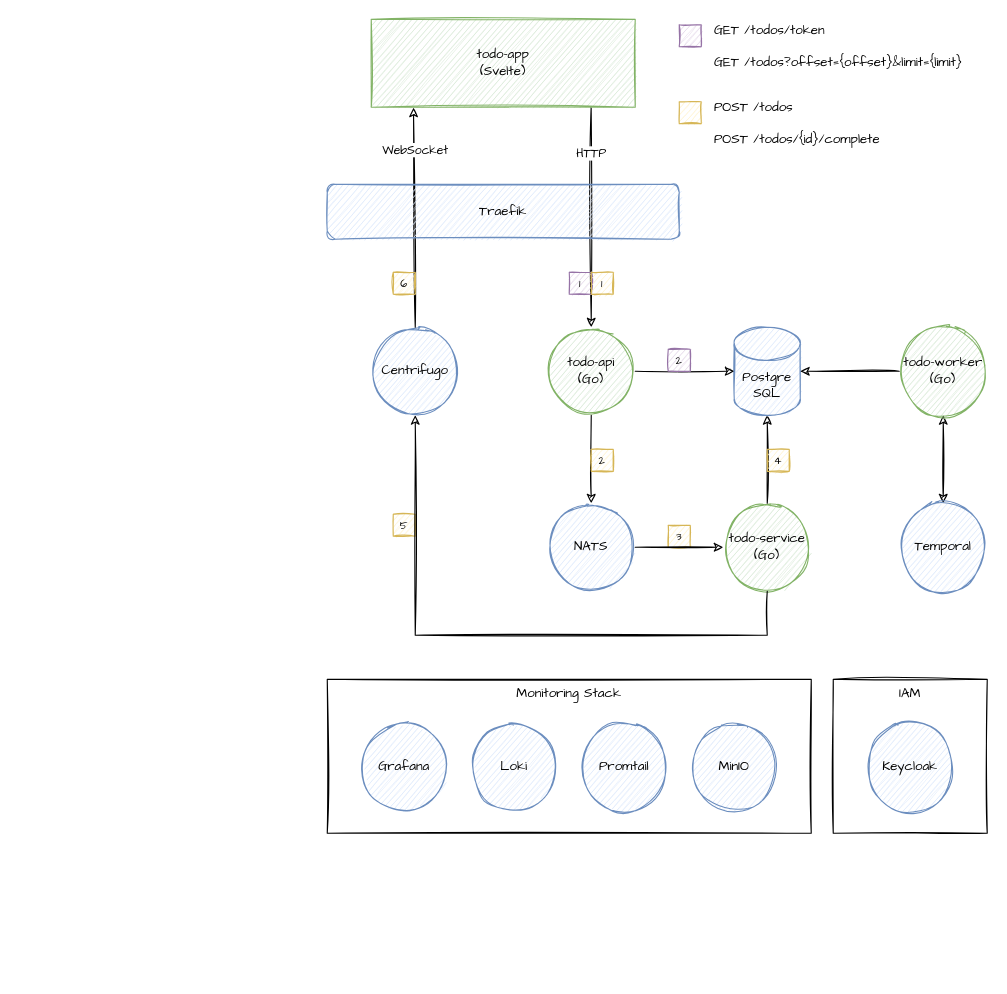
heikkilamarko/todo-app keeps this draw.io diagram as doc/architecture.drawio. Above is the earlier version. Source tidied: cells renumbered, new cells numbered last; positions are measured from the earlier drawing's top-left corner, leaving out a move shared by most shapes. Both pictures are drawn from the tidied source at 110%, with x=0, y=0 at pixel (327, 19).
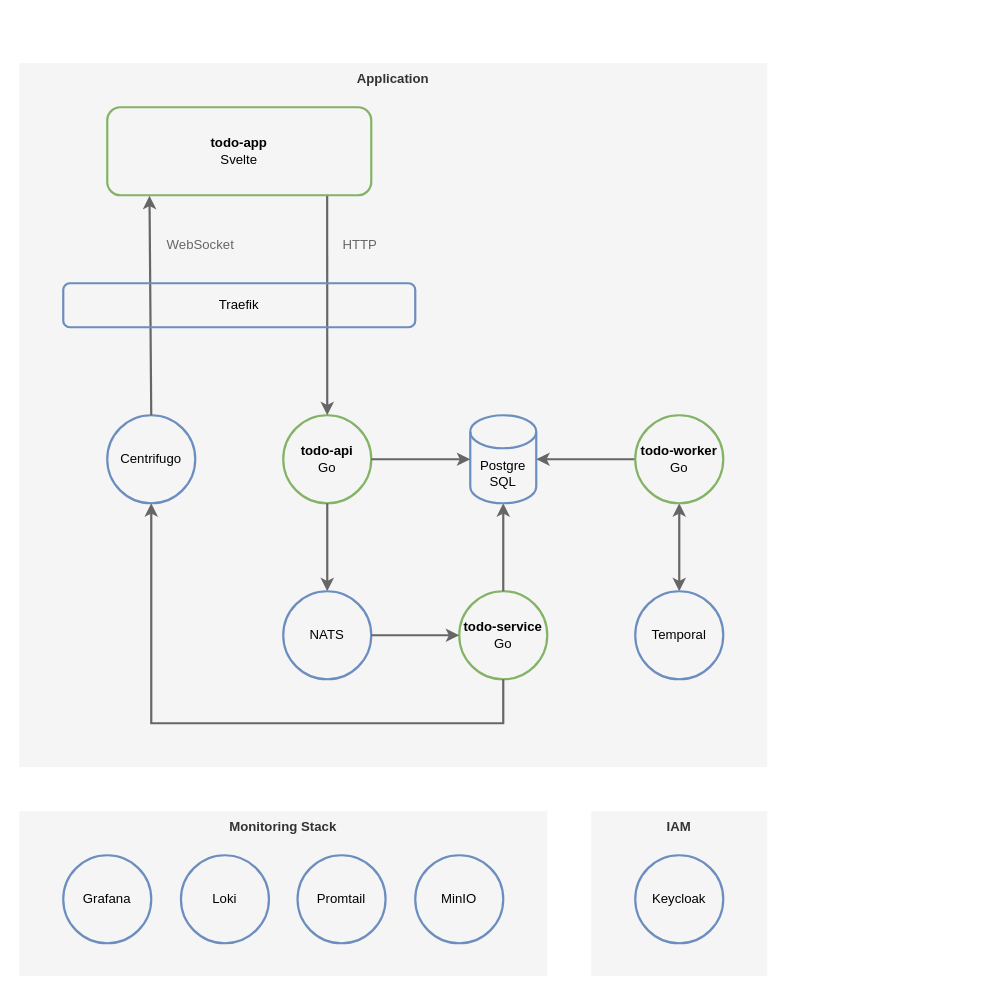
Above is the later version.

Commit message (it also covers changes not shown here):
Update architecture diagram.

Change to the diagram source:
```diff
@@
+    <mxCell id="41" value="&lt;b&gt;Application&lt;/b&gt;" style="rounded=0;whiteSpace=wrap;html=1;fillColor=#f5f5f5;sketch=0;verticalAlign=top;fontFamily=Helvetica;fontColor=#333333;strokeColor=none;fontSize=12;" parent="1" vertex="1">
+      <mxGeometry x="-280" y="40" width="680" height="640" as="geometry" />
+    </mxCell>
-    <mxCell id="2" value="IAM" style="rounded=0;whiteSpace=wrap;html=1;fillColor=none;sketch=1;verticalAlign=top;fontFamily=Comic Sans MS;" parent="1" vertex="1">
-      <mxGeometry x="460" y="600" width="140" height="140" as="geometry" />
+    <mxCell id="2" value="&lt;b&gt;IAM&lt;/b&gt;" style="rounded=0;whiteSpace=wrap;html=1;fillColor=#f5f5f5;sketch=0;verticalAlign=top;fontFamily=Helvetica;fontColor=#333333;strokeColor=none;fontSize=12;" parent="1" vertex="1">
+      <mxGeometry x="240" y="720" width="160" height="150" as="geometry" />
     </mxCell>
-    <mxCell id="3" value="Monitoring Stack" style="rounded=0;whiteSpace=wrap;html=1;fillColor=none;sketch=1;verticalAlign=top;fontFamily=Comic Sans MS;" parent="1" vertex="1">
-      <mxGeometry y="600" width="440" height="140" as="geometry" />
+    <mxCell id="3" value="&lt;b&gt;Monitoring Stack&lt;/b&gt;" style="rounded=0;whiteSpace=wrap;html=1;fillColor=#f5f5f5;sketch=0;verticalAlign=top;fontFamily=Helvetica;fontColor=#333333;strokeColor=none;fontSize=12;" parent="1" vertex="1">
+      <mxGeometry x="-280" y="720" width="480" height="150" as="geometry" />
     </mxCell>
-    <mxCell id="4" value="todo-api&lt;br&gt;(Go)" style="ellipse;whiteSpace=wrap;html=1;sketch=1;fontFamily=Comic Sans MS;fillColor=#d5e8d4;strokeColor=#82b366;labelBackgroundColor=none;" parent="1" vertex="1">
-      <mxGeometry x="200" y="280" width="80" height="80" as="geometry" />
+    <mxCell id="4" value="&lt;b&gt;todo-api&lt;/b&gt;&lt;br style=&quot;font-size: 12px&quot;&gt;Go" style="ellipse;whiteSpace=wrap;html=1;sketch=0;fontFamily=Helvetica;fillColor=none;strokeColor=#82b366;labelBackgroundColor=none;strokeWidth=2;fontSize=12;" parent="1" vertex="1">
+      <mxGeometry x="-40" y="360" width="80" height="80" as="geometry" />
     </mxCell>
-    <mxCell id="5" style="edgeStyle=orthogonalEdgeStyle;rounded=0;jettySize=auto;html=1;entryX=0.5;entryY=1;entryDx=0;entryDy=0;endArrow=none;endFill=0;sketch=1;fontFamily=Comic Sans MS;startArrow=classic;startFill=1;" parent="1" edge="1" source="6" target="4">
+    <mxCell id="5" style="edgeStyle=orthogonalEdgeStyle;rounded=0;jettySize=auto;html=1;entryX=0.5;entryY=1;entryDx=0;entryDy=0;endArrow=none;endFill=0;sketch=0;fontFamily=Helvetica;startArrow=classic;startFill=1;fillColor=#f5f5f5;strokeColor=#666666;strokeWidth=2;fontSize=12;" parent="1" edge="1" source="6" target="4">
       <mxGeometry relative="1" as="geometry" />
     </mxCell>
-    <mxCell id="6" value="NATS" style="ellipse;whiteSpace=wrap;html=1;sketch=1;fontFamily=Comic Sans MS;fillColor=#dae8fc;strokeColor=#6c8ebf;labelBackgroundColor=none;" parent="1" vertex="1">
-      <mxGeometry x="200" y="440" width="80" height="80" as="geometry" />
+    <mxCell id="6" value="NATS" style="ellipse;whiteSpace=wrap;html=1;sketch=0;fontFamily=Helvetica;fillColor=none;strokeColor=#6c8ebf;labelBackgroundColor=none;strokeWidth=2;fontSize=12;" parent="1" vertex="1">
+      <mxGeometry x="-40" y="520" width="80" height="80" as="geometry" />
     </mxCell>
-    <mxCell id="7" value="Centrifugo" style="ellipse;whiteSpace=wrap;html=1;sketch=1;fontFamily=Comic Sans MS;fillColor=#dae8fc;strokeColor=#6c8ebf;labelBackgroundColor=none;" parent="1" vertex="1">
-      <mxGeometry x="40" y="280" width="80" height="80" as="geometry" />
+    <mxCell id="7" value="Centrifugo" style="ellipse;whiteSpace=wrap;html=1;sketch=0;fontFamily=Helvetica;fillColor=none;strokeColor=#6c8ebf;labelBackgroundColor=none;strokeWidth=2;fontSize=12;" parent="1" vertex="1">
+      <mxGeometry x="-200" y="360" width="80" height="80" as="geometry" />
     </mxCell>
-    <mxCell id="8" value="todo-service&lt;br&gt;(Go)" style="ellipse;whiteSpace=wrap;html=1;sketch=1;fontFamily=Comic Sans MS;fillColor=#d5e8d4;strokeColor=#82b366;fillStyle=auto;labelBackgroundColor=none;" parent="1" vertex="1">
-      <mxGeometry x="360" y="440" width="80" height="80" as="geometry" />
+    <mxCell id="8" value="&lt;b&gt;todo-service&lt;/b&gt;&lt;br style=&quot;font-size: 12px&quot;&gt;Go" style="ellipse;whiteSpace=wrap;html=1;sketch=0;fontFamily=Helvetica;fillColor=none;strokeColor=#82b366;fillStyle=auto;labelBackgroundColor=none;strokeWidth=2;fontSize=12;" parent="1" vertex="1">
+      <mxGeometry x="120" y="520" width="80" height="80" as="geometry" />
     </mxCell>
-    <mxCell id="9" style="edgeStyle=none;rounded=0;jettySize=auto;html=1;sketch=1;fontFamily=Comic Sans MS;exitX=0.5;exitY=0;exitDx=0;exitDy=0;entryX=0.5;entryY=1;entryDx=0;entryDy=0;entryPerimeter=0;" parent="1" edge="1" source="8" target="10">
+    <mxCell id="9" style="edgeStyle=none;rounded=0;jettySize=auto;html=1;sketch=0;fontFamily=Helvetica;exitX=0.5;exitY=0;exitDx=0;exitDy=0;entryX=0.5;entryY=1;entryDx=0;entryDy=0;entryPerimeter=0;fillColor=#f5f5f5;strokeColor=#666666;strokeWidth=2;fontSize=12;" parent="1" edge="1" source="8" target="10">
       <mxGeometry relative="1" as="geometry" />
     </mxCell>
-    <mxCell id="10" value="Postgre&lt;br&gt;SQL" style="shape=cylinder3;whiteSpace=wrap;html=1;boundedLbl=1;backgroundOutline=1;size=15;sketch=1;fontFamily=Comic Sans MS;fillColor=#dae8fc;strokeColor=#6c8ebf;labelBackgroundColor=none;" parent="1" vertex="1">
-      <mxGeometry x="370" y="280" width="60" height="80" as="geometry" />
+    <mxCell id="10" value="Postgre&lt;br style=&quot;font-size: 12px;&quot;&gt;SQL" style="shape=cylinder3;whiteSpace=wrap;html=1;boundedLbl=1;backgroundOutline=1;size=15;sketch=0;fontFamily=Helvetica;fillColor=none;strokeColor=#6c8ebf;labelBackgroundColor=none;strokeWidth=2;fontSize=12;" parent="1" vertex="1">
+      <mxGeometry x="130" y="360" width="60" height="80" as="geometry" />
     </mxCell>
-    <mxCell id="11" style="edgeStyle=none;rounded=0;jettySize=auto;html=1;startArrow=none;startFill=0;exitX=0.833;exitY=0.994;exitDx=0;exitDy=0;sketch=1;fontFamily=Comic Sans MS;entryX=0.5;entryY=0;entryDx=0;entryDy=0;exitPerimeter=0;" parent="1" edge="1" source="13" target="4">
+    <mxCell id="11" style="edgeStyle=none;rounded=0;jettySize=auto;html=1;startArrow=none;startFill=0;exitX=0.833;exitY=0.994;exitDx=0;exitDy=0;sketch=0;fontFamily=Helvetica;entryX=0.5;entryY=0;entryDx=0;entryDy=0;exitPerimeter=0;strokeWidth=2;fillColor=#f5f5f5;strokeColor=#666666;fontSize=12;" parent="1" edge="1" source="13" target="4">
       <mxGeometry relative="1" as="geometry" />
     </mxCell>
-    <mxCell id="12" value="HTTP" style="edgeLabel;html=1;align=center;verticalAlign=middle;fontFamily=Comic Sans MS;" parent="11" vertex="1">
-      <mxGeometry x="-0.58" relative="1" as="geometry" />
-    </mxCell>
-    <mxCell id="13" value="todo-app&lt;br&gt;(Svelte)" style="rounded=0;whiteSpace=wrap;html=1;sketch=1;fontFamily=Comic Sans MS;fillColor=#d5e8d4;strokeColor=#82b366;labelBackgroundColor=none;" parent="1" vertex="1">
-      <mxGeometry x="40" width="240" height="80" as="geometry" />
+    <mxCell id="13" value="&lt;b&gt;todo-app&lt;/b&gt;&lt;br style=&quot;font-size: 12px&quot;&gt;Svelte" style="rounded=1;whiteSpace=wrap;html=1;sketch=0;fontFamily=Helvetica;fillColor=none;strokeColor=#82b366;labelBackgroundColor=none;glass=0;strokeWidth=2;fontSize=12;" parent="1" vertex="1">
+      <mxGeometry x="-200" y="80" width="240" height="80" as="geometry" />
     </mxCell>
-    <mxCell id="14" style="rounded=0;jettySize=auto;html=1;entryX=0.16;entryY=1.006;entryDx=0;entryDy=0;sketch=1;fontFamily=Comic Sans MS;exitX=0.5;exitY=0;exitDx=0;exitDy=0;entryPerimeter=0;startArrow=none;startFill=0;" parent="1" edge="1" source="7" target="13">
+    <mxCell id="14" style="rounded=0;jettySize=auto;html=1;entryX=0.16;entryY=1.006;entryDx=0;entryDy=0;sketch=0;fontFamily=Helvetica;exitX=0.5;exitY=0;exitDx=0;exitDy=0;entryPerimeter=0;startArrow=none;startFill=0;strokeWidth=2;fillColor=#f5f5f5;strokeColor=#666666;fontSize=12;" parent="1" edge="1" source="7" target="13">
       <mxGeometry relative="1" as="geometry" />
     </mxCell>
-    <mxCell id="15" value="WebSocket" style="edgeLabel;html=1;align=center;verticalAlign=middle;fontFamily=Comic Sans MS;" parent="14" vertex="1">
-      <mxGeometry x="0.67" y="-1" relative="1" as="geometry">
-        <mxPoint y="6" as="offset" />
-      </mxGeometry>
-    </mxCell>
-    <mxCell id="16" style="edgeStyle=none;rounded=0;jettySize=auto;html=1;sketch=1;fontFamily=Comic Sans MS;exitX=1;exitY=0.5;exitDx=0;exitDy=0;entryX=0;entryY=0.5;entryDx=0;entryDy=0;entryPerimeter=0;" parent="1" edge="1" source="4" target="10">
+    <mxCell id="16" style="edgeStyle=none;rounded=0;jettySize=auto;html=1;sketch=0;fontFamily=Helvetica;exitX=1;exitY=0.5;exitDx=0;exitDy=0;entryX=0;entryY=0.5;entryDx=0;entryDy=0;entryPerimeter=0;fillColor=#f5f5f5;strokeColor=#666666;strokeWidth=2;fontSize=12;" parent="1" edge="1" source="4" target="10">
       <mxGeometry relative="1" as="geometry" />
     </mxCell>
-    <mxCell id="17" value="1" style="text;html=1;strokeColor=#9673a6;fillColor=#e1d5e7;align=center;verticalAlign=middle;whiteSpace=wrap;rounded=0;fontFamily=Comic Sans MS;fontSize=10;sketch=1;" parent="1" vertex="1">
-      <mxGeometry x="220" y="230" width="20" height="20" as="geometry" />
-    </mxCell>
-    <mxCell id="18" value="2" style="text;html=1;strokeColor=#9673a6;fillColor=#e1d5e7;align=center;verticalAlign=middle;whiteSpace=wrap;rounded=0;fontFamily=Comic Sans MS;fontSize=10;sketch=1;" parent="1" vertex="1">
-      <mxGeometry x="310" y="300" width="20" height="20" as="geometry" />
-    </mxCell>
-    <mxCell id="19" value="1" style="text;html=1;strokeColor=#d6b656;fillColor=#fff2cc;align=center;verticalAlign=middle;whiteSpace=wrap;rounded=0;fontFamily=Comic Sans MS;fontSize=10;sketch=1;" parent="1" vertex="1">
-      <mxGeometry x="240" y="230" width="20" height="20" as="geometry" />
-    </mxCell>
-    <mxCell id="20" value="2" style="text;html=1;strokeColor=#d6b656;fillColor=#fff2cc;align=center;verticalAlign=middle;whiteSpace=wrap;rounded=0;fontFamily=Comic Sans MS;fontSize=10;sketch=1;" parent="1" vertex="1">
-      <mxGeometry x="240" y="391" width="20" height="20" as="geometry" />
-    </mxCell>
-    <mxCell id="21" value="3" style="text;html=1;strokeColor=#d6b656;fillColor=#fff2cc;align=center;verticalAlign=middle;whiteSpace=wrap;rounded=0;fontFamily=Comic Sans MS;fontSize=10;sketch=1;" parent="1" vertex="1">
-      <mxGeometry x="310" y="460" width="20" height="20" as="geometry" />
-    </mxCell>
-    <mxCell id="22" value="4" style="text;html=1;strokeColor=#d6b656;fillColor=#fff2cc;align=center;verticalAlign=middle;whiteSpace=wrap;rounded=0;fontFamily=Comic Sans MS;fontSize=10;sketch=1;" parent="1" vertex="1">
-      <mxGeometry x="400" y="391" width="20" height="20" as="geometry" />
-    </mxCell>
-    <mxCell id="23" value="5" style="text;html=1;strokeColor=#d6b656;fillColor=#fff2cc;align=center;verticalAlign=middle;whiteSpace=wrap;rounded=0;fontFamily=Comic Sans MS;fontSize=10;sketch=1;" parent="1" vertex="1">
-      <mxGeometry x="60" y="450" width="20" height="20" as="geometry" />
-    </mxCell>
-    <mxCell id="24" value="6" style="text;html=1;strokeColor=#d6b656;fillColor=#fff2cc;align=center;verticalAlign=middle;whiteSpace=wrap;rounded=0;fontFamily=Comic Sans MS;fontSize=10;sketch=1;" parent="1" vertex="1">
-      <mxGeometry x="60" y="230" width="20" height="20" as="geometry" />
-    </mxCell>
-    <mxCell id="25" style="text;html=1;strokeColor=#9673a6;fillColor=#e1d5e7;align=center;verticalAlign=middle;whiteSpace=wrap;rounded=0;fontFamily=Comic Sans MS;fontSize=10;sketch=1;" parent="1" vertex="1">
-      <mxGeometry x="320" y="5" width="20" height="20" as="geometry" />
-    </mxCell>
-    <mxCell id="26" style="text;html=1;strokeColor=#d6b656;fillColor=#fff2cc;align=center;verticalAlign=middle;whiteSpace=wrap;rounded=0;fontFamily=Comic Sans MS;fontSize=10;sketch=1;" parent="1" vertex="1">
-      <mxGeometry x="320" y="75" width="20" height="20" as="geometry" />
-    </mxCell>
-    <mxCell id="27" value="GET /todos/token&lt;br&gt;&lt;br&gt;&lt;div&gt;GET /todos?offset={offset}&amp;amp;limit={limit}&lt;br&gt;&lt;/div&gt;" style="text;html=1;align=left;verticalAlign=middle;fillColor=none;strokeColor=none;rounded=0;fontFamily=Comic Sans MS;" parent="1" vertex="1">
-      <mxGeometry x="350" width="250" height="50" as="geometry" />
-    </mxCell>
-    <mxCell id="28" value="POST /todos&lt;br&gt;&lt;br&gt;&lt;div&gt;&lt;span&gt;POST /todos/{id}/complete&lt;/span&gt;&lt;/div&gt;" style="text;html=1;align=left;verticalAlign=middle;fillColor=none;strokeColor=none;rounded=0;fontFamily=Comic Sans MS;" parent="1" vertex="1">
-      <mxGeometry x="350" y="70" width="170" height="50" as="geometry" />
-    </mxCell>
-    <mxCell id="29" style="rounded=0;jettySize=auto;html=1;entryX=1;entryY=0.5;entryDx=0;entryDy=0;endArrow=none;endFill=0;sketch=1;fontFamily=Comic Sans MS;startArrow=classic;startFill=1;exitX=0;exitY=0.5;exitDx=0;exitDy=0;" parent="1" edge="1" source="8" target="6">
+    <mxCell id="29" style="rounded=0;jettySize=auto;html=1;entryX=1;entryY=0.5;entryDx=0;entryDy=0;endArrow=none;endFill=0;sketch=0;fontFamily=Helvetica;startArrow=classic;startFill=1;exitX=0;exitY=0.5;exitDx=0;exitDy=0;fillColor=#f5f5f5;strokeColor=#666666;strokeWidth=2;fontSize=12;" parent="1" edge="1" source="8" target="6">
       <mxGeometry relative="1" as="geometry" />
     </mxCell>
-    <mxCell id="30" value="Traefik" style="rounded=1;whiteSpace=wrap;html=1;sketch=1;fontFamily=Comic Sans MS;fillColor=#dae8fc;strokeColor=#6c8ebf;labelBackgroundColor=none;align=center;" parent="1" vertex="1">
-      <mxGeometry y="150" width="320" height="50" as="geometry" />
+    <mxCell id="30" value="Traefik" style="rounded=1;whiteSpace=wrap;html=1;sketch=0;fontFamily=Helvetica;fillColor=none;strokeColor=#6c8ebf;labelBackgroundColor=none;align=center;strokeWidth=2;fontSize=12;" parent="1" vertex="1">
+      <mxGeometry x="-240" y="240" width="320" height="40" as="geometry" />
     </mxCell>
-    <mxCell id="31" style="rounded=0;jettySize=auto;html=1;endArrow=none;endFill=0;sketch=1;fontFamily=Comic Sans MS;startArrow=classic;startFill=1;exitX=0.5;exitY=1;exitDx=0;exitDy=0;edgeStyle=orthogonalEdgeStyle;entryX=0.5;entryY=1;entryDx=0;entryDy=0;" parent="1" edge="1" source="7" target="8">
+    <mxCell id="31" style="rounded=0;jettySize=auto;html=1;endArrow=none;endFill=0;sketch=0;fontFamily=Helvetica;startArrow=classic;startFill=1;exitX=0.5;exitY=1;exitDx=0;exitDy=0;edgeStyle=orthogonalEdgeStyle;entryX=0.5;entryY=1;entryDx=0;entryDy=0;fillColor=#f5f5f5;strokeColor=#666666;strokeWidth=2;fontSize=12;" parent="1" edge="1" source="7" target="8">
       <mxGeometry relative="1" as="geometry">
         <Array as="points">
-          <mxPoint x="80" y="560" />
-          <mxPoint x="400" y="560" />
+          <mxPoint x="-160" y="640" />
+          <mxPoint x="160" y="640" />
         </Array>
       </mxGeometry>
     </mxCell>
-    <mxCell id="32" value="MinIO" style="ellipse;whiteSpace=wrap;html=1;sketch=1;fontFamily=Comic Sans MS;fillColor=#dae8fc;strokeColor=#6c8ebf;labelBackgroundColor=none;" parent="1" vertex="1">
-      <mxGeometry x="330" y="640" width="80" height="80" as="geometry" />
+    <mxCell id="32" value="MinIO" style="ellipse;whiteSpace=wrap;html=1;sketch=0;fontFamily=Helvetica;fillColor=none;strokeColor=#6c8ebf;labelBackgroundColor=none;strokeWidth=2;fontSize=12;" parent="1" vertex="1">
+      <mxGeometry x="80" y="760" width="80" height="80" as="geometry" />
     </mxCell>
-    <mxCell id="33" value="Loki" style="ellipse;whiteSpace=wrap;html=1;sketch=1;fontFamily=Comic Sans MS;fillColor=#dae8fc;strokeColor=#6c8ebf;labelBackgroundColor=none;" parent="1" vertex="1">
-      <mxGeometry x="130" y="640" width="80" height="80" as="geometry" />
+    <mxCell id="33" value="Loki" style="ellipse;whiteSpace=wrap;html=1;sketch=0;fontFamily=Helvetica;fillColor=none;strokeColor=#6c8ebf;labelBackgroundColor=none;strokeWidth=2;fontSize=12;" parent="1" vertex="1">
+      <mxGeometry x="-133" y="760" width="80" height="80" as="geometry" />
     </mxCell>
-    <mxCell id="34" value="Grafana" style="ellipse;whiteSpace=wrap;html=1;sketch=1;fontFamily=Comic Sans MS;fillColor=#dae8fc;strokeColor=#6c8ebf;labelBackgroundColor=none;" parent="1" vertex="1">
-      <mxGeometry x="30" y="640" width="80" height="80" as="geometry" />
+    <mxCell id="34" value="Grafana" style="ellipse;whiteSpace=wrap;html=1;sketch=0;fontFamily=Helvetica;fillColor=none;strokeColor=#6c8ebf;labelBackgroundColor=none;strokeWidth=2;fontSize=12;" parent="1" vertex="1">
+      <mxGeometry x="-240" y="760" width="80" height="80" as="geometry" />
     </mxCell>
-    <mxCell id="35" value="Promtail" style="ellipse;whiteSpace=wrap;html=1;sketch=1;fontFamily=Comic Sans MS;fillColor=#dae8fc;strokeColor=#6c8ebf;labelBackgroundColor=none;" parent="1" vertex="1">
-      <mxGeometry x="230" y="640" width="80" height="80" as="geometry" />
+    <mxCell id="35" value="Promtail" style="ellipse;whiteSpace=wrap;html=1;sketch=0;fontFamily=Helvetica;fillColor=none;strokeColor=#6c8ebf;labelBackgroundColor=none;strokeWidth=2;fontSize=12;" parent="1" vertex="1">
+      <mxGeometry x="-27" y="760" width="80" height="80" as="geometry" />
     </mxCell>
-    <mxCell id="36" style="edgeStyle=orthogonalEdgeStyle;rounded=0;sketch=1;jettySize=auto;html=1;entryX=0.5;entryY=1;entryDx=0;entryDy=0;startArrow=classic;startFill=1;fontFamily=Comic Sans MS;" parent="1" edge="1" source="37" target="39">
+    <mxCell id="36" style="edgeStyle=orthogonalEdgeStyle;rounded=0;sketch=0;jettySize=auto;html=1;entryX=0.5;entryY=1;entryDx=0;entryDy=0;startArrow=classic;startFill=1;fontFamily=Helvetica;fillColor=#f5f5f5;strokeColor=#666666;strokeWidth=2;fontSize=12;" parent="1" edge="1" source="37" target="39">
       <mxGeometry relative="1" as="geometry" />
     </mxCell>
-    <mxCell id="37" value="Temporal" style="ellipse;whiteSpace=wrap;html=1;sketch=1;fontFamily=Comic Sans MS;fillColor=#dae8fc;strokeColor=#6c8ebf;labelBackgroundColor=none;" parent="1" vertex="1">
-      <mxGeometry x="520" y="440" width="80" height="80" as="geometry" />
+    <mxCell id="37" value="Temporal" style="ellipse;whiteSpace=wrap;html=1;sketch=0;fontFamily=Helvetica;fillColor=none;strokeColor=#6c8ebf;labelBackgroundColor=none;strokeWidth=2;fontSize=12;" parent="1" vertex="1">
+      <mxGeometry x="280" y="520" width="80" height="80" as="geometry" />
     </mxCell>
-    <mxCell id="38" style="edgeStyle=orthogonalEdgeStyle;rounded=0;jettySize=auto;html=1;entryX=1;entryY=0.5;entryDx=0;entryDy=0;entryPerimeter=0;sketch=1;fontFamily=Comic Sans MS;" parent="1" edge="1" source="39" target="10">
+    <mxCell id="38" style="edgeStyle=orthogonalEdgeStyle;rounded=0;jettySize=auto;html=1;entryX=1;entryY=0.5;entryDx=0;entryDy=0;entryPerimeter=0;sketch=0;fontFamily=Helvetica;fillColor=#f5f5f5;strokeColor=#666666;strokeWidth=2;fontSize=12;" parent="1" edge="1" source="39" target="10">
       <mxGeometry relative="1" as="geometry" />
     </mxCell>
-    <mxCell id="39" value="todo-worker&lt;br&gt;(Go)" style="ellipse;whiteSpace=wrap;html=1;sketch=1;fontFamily=Comic Sans MS;fillColor=#d5e8d4;strokeColor=#82b366;fillStyle=auto;labelBackgroundColor=none;" parent="1" vertex="1">
-      <mxGeometry x="520" y="280" width="80" height="80" as="geometry" />
+    <mxCell id="39" value="&lt;b&gt;todo-worker&lt;/b&gt;&lt;br style=&quot;font-size: 12px&quot;&gt;Go" style="ellipse;whiteSpace=wrap;html=1;sketch=0;fontFamily=Helvetica;fillColor=none;strokeColor=#82b366;fillStyle=auto;labelBackgroundColor=none;strokeWidth=2;fontSize=12;" parent="1" vertex="1">
+      <mxGeometry x="280" y="360" width="80" height="80" as="geometry" />
     </mxCell>
-    <mxCell id="40" value="Keycloak" style="ellipse;whiteSpace=wrap;html=1;sketch=1;fontFamily=Comic Sans MS;fillColor=#dae8fc;strokeColor=#6c8ebf;labelBackgroundColor=none;" parent="1" vertex="1">
-      <mxGeometry x="490" y="640" width="80" height="80" as="geometry" />
+    <mxCell id="40" value="Keycloak" style="ellipse;whiteSpace=wrap;html=1;sketch=0;fontFamily=Helvetica;fillColor=none;strokeColor=#6c8ebf;labelBackgroundColor=none;strokeWidth=2;fontSize=12;" parent="1" vertex="1">
+      <mxGeometry x="280" y="760" width="80" height="80" as="geometry" />
     </mxCell>
+    <mxCell id="15" value="WebSocket" style="text;html=1;strokeColor=none;fillColor=none;align=center;verticalAlign=middle;whiteSpace=wrap;rounded=0;glass=0;labelBackgroundColor=none;sketch=0;fontFamily=Helvetica;fontSize=12;fontColor=#666666;" parent="1" vertex="1">
+      <mxGeometry x="-160" y="190" width="90" height="30" as="geometry" />
+    </mxCell>
+    <mxCell id="12" value="HTTP" style="text;html=1;strokeColor=none;fillColor=none;align=center;verticalAlign=middle;whiteSpace=wrap;rounded=0;glass=0;labelBackgroundColor=none;sketch=0;fontFamily=Helvetica;fontSize=12;fontColor=#666666;" parent="1" vertex="1">
+      <mxGeometry y="190" width="60" height="30" as="geometry" />
+    </mxCell>
```
